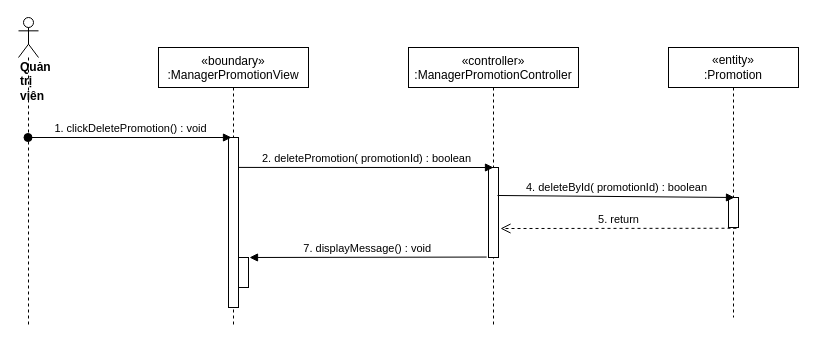
nguyenphamvan/datn_20202 keeps this draw.io diagram as sequence diagram/delete-promotion-manager.drawio. Above is the earlier version. Source tidied: cells renumbered, new cells numbered last; positions are measured from the earlier drawing's top-left corner, leaving out a move shared by most shapes. Both pictures are drawn from the tidied source at 100%, with x=0, y=0 at pixel (18, 17).
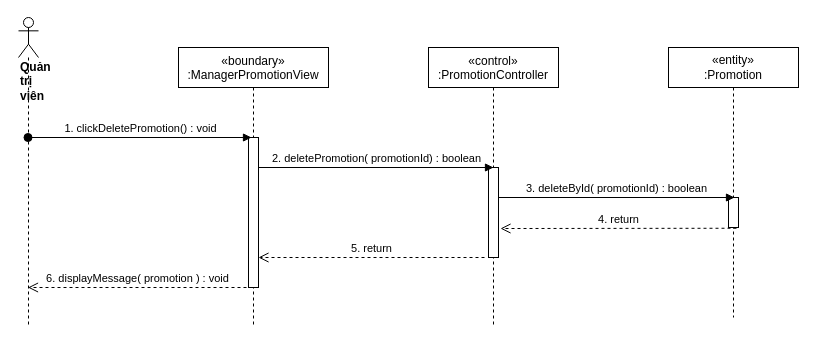
After the change.

Diff of the diagram source:
```diff
@@
 <mxGraphModel>
   <root>
     <mxCell id="0" />
     <mxCell id="1" parent="0" />
     <mxCell id="2" value="«boundary»&#10;:ManagerPromotionView" style="shape=umlLifeline;perimeter=lifelinePerimeter;rounded=0;shadow=0;strokeWidth=1;" parent="1" vertex="1">
-      <mxGeometry x="140" y="30" width="150" height="280" as="geometry" />
+      <mxGeometry x="160" y="30" width="150" height="280" as="geometry" />
     </mxCell>
     <mxCell id="3" style="html=1;points=[];perimeter=orthogonalPerimeter;" parent="2" vertex="1">
-      <mxGeometry x="70" y="90" width="10" height="170" as="geometry" />
+      <mxGeometry x="70" y="90" width="10" height="150" as="geometry" />
     </mxCell>
-    <mxCell id="4" value="«controller»&#10;:ManagerPromotionController" style="shape=umlLifeline;perimeter=lifelinePerimeter;rounded=0;shadow=0;strokeWidth=1;size=40;" parent="1" vertex="1">
-      <mxGeometry x="390" y="30" width="170" height="280" as="geometry" />
+    <mxCell id="4" value="«control»&#10;:PromotionController" style="shape=umlLifeline;perimeter=lifelinePerimeter;rounded=0;shadow=0;strokeWidth=1;size=40;" parent="1" vertex="1">
+      <mxGeometry x="410" y="30" width="130" height="280" as="geometry" />
     </mxCell>
     <mxCell id="5" style="points=[];perimeter=orthogonalPerimeter;rounded=0;shadow=0;strokeWidth=1;" parent="4" vertex="1">
-      <mxGeometry x="80" y="120" width="10" height="90" as="geometry" />
+      <mxGeometry x="60" y="120" width="10" height="90" as="geometry" />
     </mxCell>
     <mxCell id="6" value="&lt;div&gt;&lt;b&gt;Quản trị viên&lt;/b&gt;&lt;/div&gt;" style="shape=umlLifeline;participant=umlActor;perimeter=lifelinePerimeter;whiteSpace=wrap;html=1;verticalAlign=top;spacingTop=36;outlineConnect=0;align=left;" parent="1" vertex="1">
       <mxGeometry width="20" height="310" as="geometry" />
     </mxCell>
     <mxCell id="7" value="1. clickDeletePromotion() : void" style="html=1;verticalAlign=bottom;startArrow=oval;startFill=1;endArrow=block;startSize=8;entryX=0.3;entryY=0;entryDx=0;entryDy=0;entryPerimeter=0;" parent="1" edge="1" source="6" target="3">
       <mxGeometry relative="1" as="geometry" />
     </mxCell>
-    <mxCell id="8" value="2. deletePromotion( promotionId) : boolean" style="html=1;verticalAlign=bottom;endArrow=block;entryX=0.5;entryY=0;entryDx=0;entryDy=0;entryPerimeter=0;exitX=1;exitY=0.176;exitDx=0;exitDy=0;exitPerimeter=0;" parent="1" edge="1" source="3" target="5">
+    <mxCell id="8" value="2. deletePromotion( promotionId) : boolean" style="html=1;verticalAlign=bottom;endArrow=block;entryX=0.5;entryY=0;entryDx=0;entryDy=0;entryPerimeter=0;exitX=1;exitY=0.2;exitDx=0;exitDy=0;exitPerimeter=0;" parent="1" edge="1" source="3" target="5">
       <mxGeometry relative="1" as="geometry" />
     </mxCell>
     <mxCell id="9" value="&lt;span&gt;«entity»&lt;br&gt;&lt;/span&gt;:Promotion" style="shape=umlLifeline;perimeter=lifelinePerimeter;whiteSpace=wrap;html=1;" parent="1" vertex="1">
       <mxGeometry x="650" y="30" width="130" height="270" as="geometry" />
     </mxCell>
     <mxCell id="10" style="points=[];perimeter=orthogonalPerimeter;rounded=0;shadow=0;strokeWidth=1;" parent="9" vertex="1">
       <mxGeometry x="60" y="150" width="10" height="30" as="geometry" />
     </mxCell>
-    <mxCell id="11" value="4. deleteById( promotionId) : boolean" style="html=1;verticalAlign=bottom;endArrow=block;entryX=0.6;entryY=0;entryDx=0;entryDy=0;entryPerimeter=0;exitX=0.9;exitY=0.311;exitDx=0;exitDy=0;exitPerimeter=0;" parent="1" edge="1" source="5" target="10">
-      <mxGeometry relative="1" as="geometry" />
+    <mxCell id="11" value="3. deleteById( promotionId) : boolean" style="html=1;verticalAlign=bottom;endArrow=block;entryX=0.6;entryY=0;entryDx=0;entryDy=0;entryPerimeter=0;" parent="1" edge="1" target="10">
+      <mxGeometry relative="1" as="geometry">
+        <mxPoint x="480" y="180" as="sourcePoint" />
+      </mxGeometry>
     </mxCell>
-    <mxCell id="12" value="5. return" style="html=1;verticalAlign=bottom;endArrow=open;dashed=1;endSize=8;exitX=0.8;exitY=1.025;exitDx=0;exitDy=0;exitPerimeter=0;entryX=1.2;entryY=0.678;entryDx=0;entryDy=0;entryPerimeter=0;" parent="1" edge="1" source="10" target="5">
+    <mxCell id="12" value="4. return" style="html=1;verticalAlign=bottom;endArrow=open;dashed=1;endSize=8;exitX=0.8;exitY=1.025;exitDx=0;exitDy=0;exitPerimeter=0;entryX=1.2;entryY=0.678;entryDx=0;entryDy=0;entryPerimeter=0;" parent="1" edge="1" source="10" target="5">
       <mxGeometry relative="1" as="geometry" />
     </mxCell>
-    <mxCell id="13" value="7. displayMessage() : void" style="verticalAlign=bottom;endArrow=block;shadow=0;strokeWidth=1;exitX=-0.18;exitY=0.995;exitDx=0;exitDy=0;exitPerimeter=0;entryX=1.1;entryY=0;entryDx=0;entryDy=0;entryPerimeter=0;" parent="1" edge="1" source="5" target="14">
-      <mxGeometry relative="1" as="geometry" />
-    </mxCell>
-    <mxCell id="14" style="html=1;points=[];perimeter=orthogonalPerimeter;" parent="1" vertex="1">
-      <mxGeometry x="220" y="240" width="10" height="30" as="geometry" />
-    </mxCell>
+    <mxCell id="15" value="5. return" style="html=1;verticalAlign=bottom;endArrow=open;dashed=1;endSize=8;exitX=-0.4;exitY=1;exitDx=0;exitDy=0;exitPerimeter=0;entryX=1;entryY=0.8;entryDx=0;entryDy=0;entryPerimeter=0;" parent="1" edge="1" source="5" target="3">
+      <mxGeometry relative="1" as="geometry" />
+    </mxCell>
+    <mxCell id="16" value="6. displayMessage( promotion ) : void" style="html=1;verticalAlign=bottom;endArrow=open;dashed=1;endSize=8;exitX=-0.2;exitY=1;exitDx=0;exitDy=0;exitPerimeter=0;" parent="1" edge="1" source="3" target="6">
+      <mxGeometry relative="1" as="geometry" />
+    </mxCell>
   </root>
 </mxGraphModel>
```
